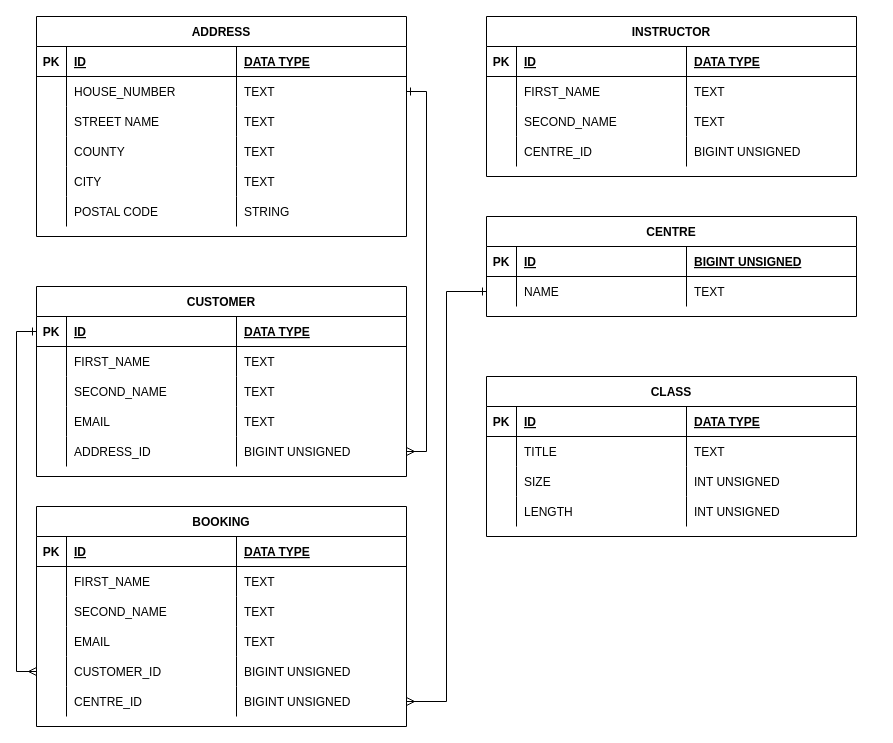
Earlier version of the draw.io diagram ERDERDERD.drawio.xml (WillTheDeveloper/drawio). Source tidied: cells renumbered, new cells numbered last; positions are measured from the earlier drawing's top-left corner, leaving out a move shared by most shapes. Both pictures are drawn from the tidied source at 100%, with x=0, y=0 at pixel (36, 16).
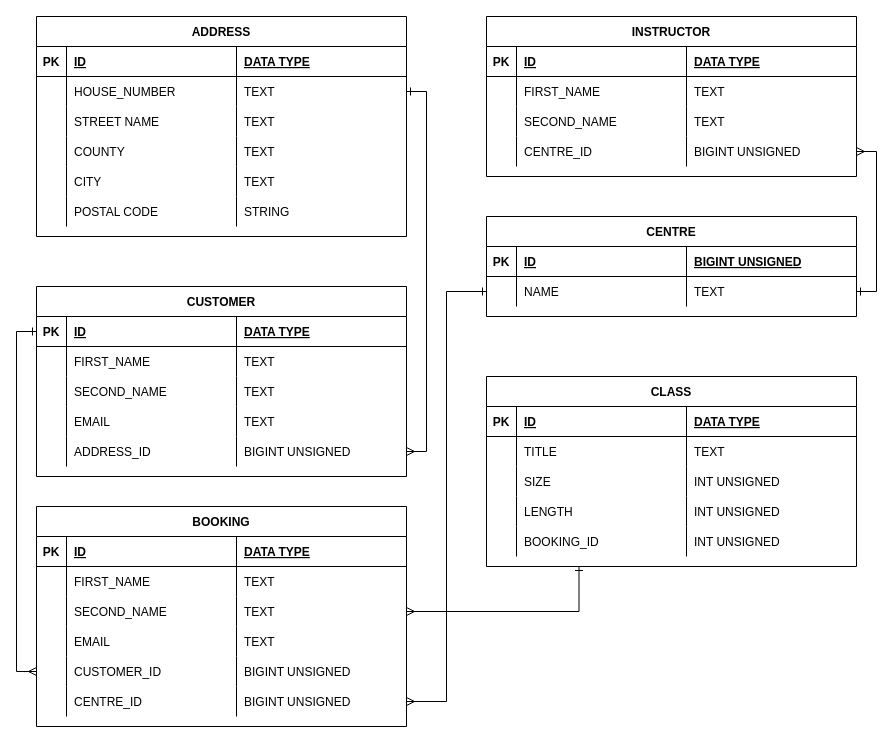
The same page after the edit.

The change refers to these unchanged cells:
```xml
<mxCell id="57" style="shape=tableRow;horizontal=0;startSize=0;swimlaneHead=0;swimlaneBody=0;fillColor=none;points=[[0,0.5],[1,0.5]];portConstraint=eastwest;top=0;left=0;right=0;bottom=0;" parent="48" vertex="1">
  <mxGeometry y="90" width="370" height="30" as="geometry" />
</mxCell>
<mxCell id="103" style="shape=tableRow;horizontal=0;startSize=0;swimlaneHead=0;swimlaneBody=0;fillColor=none;points=[[0,0.5],[1,0.5]];portConstraint=eastwest;top=0;left=0;right=0;bottom=0;" parent="90" vertex="1">
  <mxGeometry y="120" width="370" height="30" as="geometry" />
</mxCell>
<mxCell id="112" style="shape=tableRow;horizontal=0;startSize=0;swimlaneHead=0;swimlaneBody=0;fillColor=none;points=[[0,0.5],[1,0.5]];portConstraint=eastwest;top=0;left=0;right=0;bottom=0;" parent="107" vertex="1">
  <mxGeometry y="60" width="370" height="30" as="geometry" />
</mxCell>
```

Change to the diagram source:
```diff
@@
+    <mxCell id="119" style="edgeStyle=orthogonalEdgeStyle;rounded=0;jettySize=auto;html=1;exitX=0.25;exitY=1;exitDx=0;exitDy=0;entryX=1;entryY=0.5;entryDx=0;entryDy=0;startArrow=ERone;startFill=0;endArrow=ERmany;endFill=0;strokeColor=default;" parent="1" edge="1" source="73" target="57">
+      <mxGeometry relative="1" as="geometry" />
+    </mxCell>
     <mxCell id="73" value="CLASS" style="shape=table;startSize=30;childLayout=tableLayout;rowLines=0;fontStyle=1;align=center;" parent="1" vertex="1">
-      <mxGeometry x="450" y="360" width="370" height="160" as="geometry" />
+      <mxGeometry x="450" y="360" width="370" height="190" as="geometry" />
     </mxCell>
@@
+    <mxCell id="120" style="shape=tableRow;horizontal=0;startSize=0;swimlaneHead=0;swimlaneBody=0;fillColor=none;top=0;left=0;right=0;bottom=0;" parent="73" vertex="1">
+      <mxGeometry y="150" width="370" height="30" as="geometry" />
+    </mxCell>
+    <mxCell id="121" style="shape=partialRectangle;fillColor=none;top=0;left=0;bottom=0;right=0;overflow=hidden;" parent="120" vertex="1">
+      <mxGeometry width="30" height="30" as="geometry" />
+    </mxCell>
+    <mxCell id="122" value="BOOKING_ID" style="shape=partialRectangle;fillColor=none;top=0;left=0;bottom=0;right=0;align=left;spacingLeft=6;overflow=hidden;" parent="120" vertex="1">
+      <mxGeometry x="30" width="170" height="30" as="geometry" />
+    </mxCell>
+    <mxCell id="123" value="INT UNSIGNED" style="shape=partialRectangle;fillColor=none;top=0;left=0;bottom=0;right=0;align=left;spacingLeft=6;overflow=hidden;" parent="120" vertex="1">
+      <mxGeometry x="200" width="170" height="30" as="geometry" />
+    </mxCell>
@@
+    <mxCell id="124" style="edgeStyle=orthogonalEdgeStyle;rounded=0;jettySize=auto;html=1;exitX=1;exitY=0.5;exitDx=0;exitDy=0;entryX=1;entryY=0.5;entryDx=0;entryDy=0;startArrow=ERone;startFill=0;endArrow=ERmany;endFill=0;strokeColor=default;" parent="1" edge="1" source="112" target="103">
+      <mxGeometry relative="1" as="geometry" />
+    </mxCell>
```
